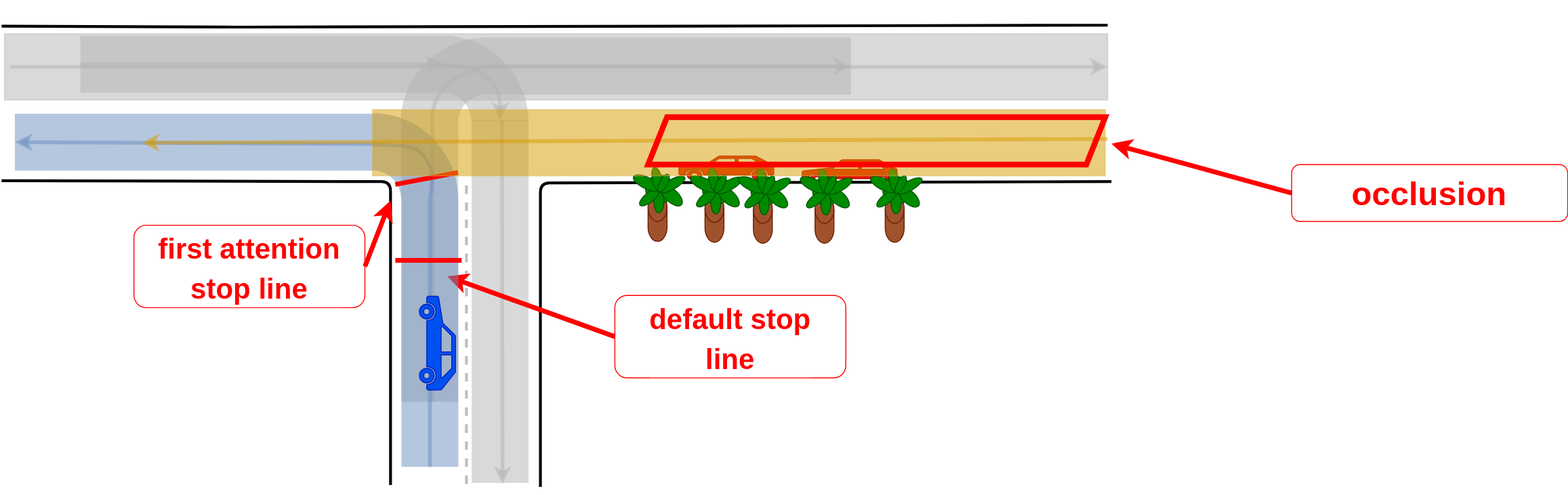
This is main/planning/behavior_velocity_intersection_module/docs/occlusion-without-tl.drawio.svg from ralwing/autoware.universe, a draw.io export, as it was before one commit. Source tidied: cells renumbered, new cells last; positions are measured from the earlier drawing's top-left corner, leaving out a move shared by most shapes.
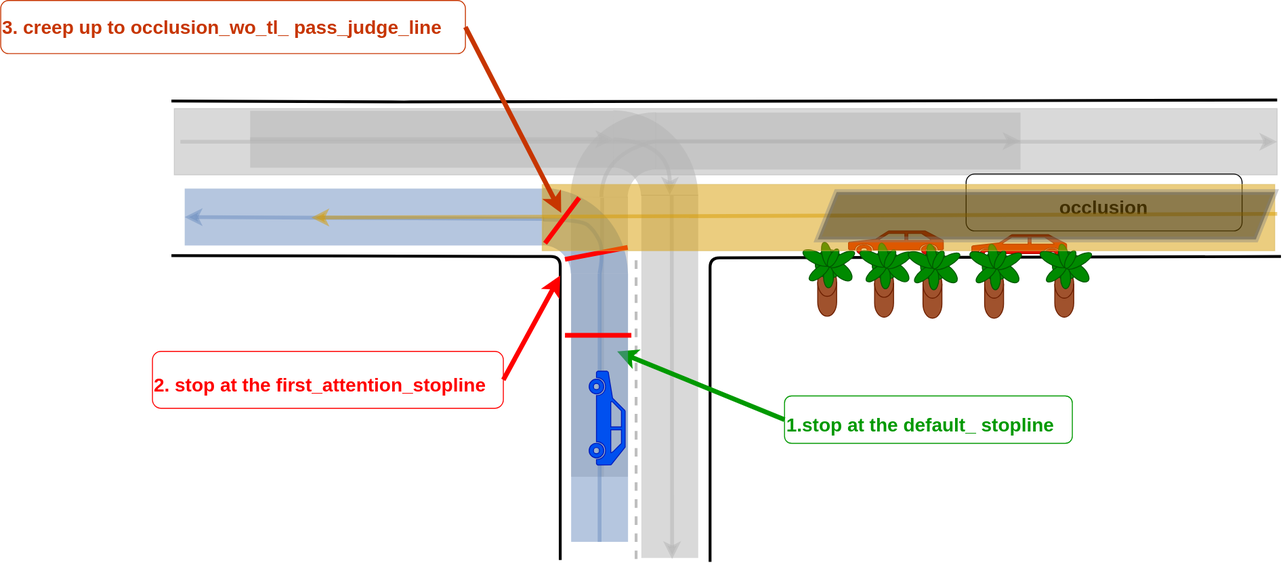
After the change.

Diff of the diagram source:
```diff
@@ -106,22 +106,17 @@
     <mxCell id="24" style="shape=mxgraph.signs.transportation.car_3;html=1;fillColor=#e51400;strokeColor=#B20000;verticalLabelPosition=bottom;verticalAlign=top;align=center;fontColor=#ffffff;" parent="23" vertex="1">
       <mxGeometry x="254" y="86" width="100" height="25" as="geometry" />
     </mxCell>
-    <mxCell id="25" value="&lt;b style=&quot;font-size: 30px;&quot;&gt;&lt;font style=&quot;font-size: 30px;&quot;&gt;&lt;font color=&quot;#ff0000&quot;&gt;default stop&lt;br&gt;line&lt;/font&gt;&lt;br&gt;&lt;/font&gt;&lt;/b&gt;" style="rounded=1;whiteSpace=wrap;html=1;labelBackgroundColor=#FFFFFF;strokeColor=#FF0000;fontSize=35;fontColor=#D79B00;fillColor=none;" parent="23" vertex="1">
-      <mxGeometry x="186.5" y="233" width="243.5" height="87" as="geometry" />
+    <mxCell id="25" value="&lt;b style=&quot;font-size: 30px;&quot;&gt;&lt;font style=&quot;font-size: 20px;&quot;&gt;&lt;font style=&quot;font-size: 20px;&quot; color=&quot;#009900&quot;&gt;1.stop at the default_&lt;/font&gt;&lt;/font&gt;&lt;/b&gt;&lt;b style=&quot;font-size: 20px;&quot;&gt;&lt;font color=&quot;#009900&quot;&gt;stopline&lt;/font&gt;&lt;/b&gt;&lt;b style=&quot;font-size: 30px;&quot;&gt;&lt;font style=&quot;font-size: 20px;&quot;&gt;&lt;font style=&quot;font-size: 20px;&quot; color=&quot;#009900&quot;&gt;&lt;br&gt;&lt;/font&gt;&lt;/font&gt;&lt;/b&gt;" style="rounded=1;whiteSpace=wrap;html=1;labelBackgroundColor=#FFFFFF;strokeColor=#009900;fontSize=35;fontColor=#D79B00;fillColor=none;align=left;" parent="23" vertex="1">
+      <mxGeometry x="186.5" y="260" width="303.5" height="50" as="geometry" />
     </mxCell>
-    <mxCell id="26" style="endArrow=classic;html=1;rounded=0;strokeColor=#FF0000;fontSize=35;fontColor=#3333FF;exitX=0;exitY=0.5;exitDx=0;exitDy=0;strokeWidth=5;" parent="1" edge="1" source="25">
+    <mxCell id="26" style="endArrow=classic;html=1;rounded=0;strokeColor=#009900;fontSize=35;fontColor=#3333FF;exitX=0;exitY=0.5;exitDx=0;exitDy=0;strokeWidth=5;" parent="1" edge="1" source="25">
       <mxGeometry relative="1" as="geometry">
         <mxPoint x="470" y="291" as="targetPoint" />
       </mxGeometry>
     </mxCell>
-    <mxCell id="27" value="&lt;b style=&quot;&quot;&gt;&lt;font color=&quot;#ff0000&quot;&gt;occlusion&lt;/font&gt;&lt;/b&gt;" style="rounded=1;whiteSpace=wrap;html=1;labelBackgroundColor=#FFFFFF;strokeColor=#FF0000;fontSize=35;fontColor=#D79B00;fillColor=none;" parent="1" vertex="1">
-      <mxGeometry x="1360" y="173" width="291" height="60" as="geometry" />
+    <mxCell id="27" value="&lt;b style=&quot;&quot;&gt;&lt;font style=&quot;font-size: 20px;&quot; color=&quot;#000000&quot;&gt;occlusion&lt;/font&gt;&lt;/b&gt;" style="rounded=1;whiteSpace=wrap;html=1;labelBackgroundColor=#FFFFFF;strokeColor=#000000;fontSize=35;fontColor=#D79B00;fillColor=none;" parent="1" vertex="1">
+      <mxGeometry x="838" y="104" width="291" height="60" as="geometry" />
     </mxCell>
-    <mxCell id="28" style="endArrow=classic;html=1;rounded=0;strokeColor=#FF0000;fontSize=35;fontColor=#3333FF;exitX=0;exitY=0.5;exitDx=0;exitDy=0;strokeWidth=5;" parent="1" edge="1" source="27">
-      <mxGeometry relative="1" as="geometry">
-        <mxPoint x="1170" y="151" as="targetPoint" />
-      </mxGeometry>
-    </mxCell>
     <mxCell id="29" style="group;" parent="1" vertex="1">
       <mxGeometry x="14" y="82" width="504.2" height="409.9" as="geometry" />
     </mxCell>
@@ -192,8 +187,8 @@
     <mxCell id="48" style="verticalLabelPosition=bottom;html=1;verticalAlign=top;align=center;shape=mxgraph.floorplan.plant;fillColor=#008a00;fontColor=#ffffff;strokeColor=#005700;" parent="1" vertex="1">
       <mxGeometry x="918" y="175" width="47" height="50" as="geometry" />
     </mxCell>
-    <mxCell id="49" value="&lt;b style=&quot;font-size: 30px;&quot;&gt;&lt;font style=&quot;font-size: 30px;&quot;&gt;&lt;font color=&quot;#ff0000&quot;&gt;first attention&lt;br&gt;stop line&lt;/font&gt;&lt;br&gt;&lt;/font&gt;&lt;/b&gt;" style="rounded=1;whiteSpace=wrap;html=1;labelBackgroundColor=#FFFFFF;strokeColor=#FF0000;fontSize=35;fontColor=#D79B00;fillColor=none;" parent="1" vertex="1">
-      <mxGeometry x="139.5" y="237" width="243.5" height="87" as="geometry" />
+    <mxCell id="49" value="&lt;div style=&quot;&quot;&gt;&lt;b style=&quot;&quot;&gt;&lt;font style=&quot;font-size: 20px;&quot; color=&quot;#ff0000&quot;&gt;2. stop at the first_attention_stopline&lt;/font&gt;&lt;/b&gt;&lt;/div&gt;" style="rounded=1;whiteSpace=wrap;html=1;labelBackgroundColor=#FFFFFF;strokeColor=#FF0000;fontSize=35;fontColor=#D79B00;fillColor=none;align=left;" parent="1" vertex="1">
+      <mxGeometry x="-20" y="291" width="370" height="60" as="geometry" />
     </mxCell>
     <mxCell id="50" style="endArrow=classic;html=1;rounded=0;strokeColor=#FF0000;fontSize=35;fontColor=#3333FF;exitX=1;exitY=0.5;exitDx=0;exitDy=0;strokeWidth=5;" parent="1" edge="1" source="49">
       <mxGeometry relative="1" as="geometry">
@@ -214,8 +209,22 @@
         <mxPoint x="-243.4" y="35" as="targetPoint" />
       </mxGeometry>
     </mxCell>
-    <mxCell id="54" style="shape=parallelogram;perimeter=parallelogramPerimeter;whiteSpace=wrap;html=1;fixedSize=1;strokeColor=#FF0000;strokeWidth=6;fillColor=none;" parent="52" vertex="1">
+    <mxCell id="54" style="shape=parallelogram;perimeter=parallelogramPerimeter;whiteSpace=wrap;html=1;fixedSize=1;strokeColor=#808080;strokeWidth=6;fillColor=#000000;gradientColor=none;opacity=40;" parent="52" vertex="1">
       <mxGeometry x="290.5" y="8" width="482" height="50" as="geometry" />
     </mxCell>
+    <mxCell id="55" style="endArrow=none;html=1;rounded=0;strokeColor=#FF0000;fontSize=30;fontColor=#FF0000;strokeWidth=5;" parent="1" edge="1">
+      <mxGeometry relative="1" as="geometry">
+        <mxPoint x="394" y="177" as="sourcePoint" />
+        <mxPoint x="430" y="129" as="targetPoint" />
+      </mxGeometry>
+    </mxCell>
+    <mxCell id="56" value="&lt;div style=&quot;font-size: 20px;&quot;&gt;&lt;b style=&quot;&quot;&gt;&lt;font style=&quot;font-size: 20px;&quot; color=&quot;#c73500&quot;&gt;3. creep up to occlusion_wo_tl_&lt;/font&gt;&lt;/b&gt;&lt;b&gt;&lt;font color=&quot;#c73500&quot;&gt;pass_judge_line&lt;/font&gt;&lt;/b&gt;&lt;/div&gt;" style="rounded=1;whiteSpace=wrap;html=1;labelBackgroundColor=#FFFFFF;strokeColor=#C73500;fontSize=35;fontColor=#D79B00;fillColor=none;align=left;" parent="1" vertex="1">
+      <mxGeometry x="-180" y="-79" width="490" height="56" as="geometry" />
+    </mxCell>
+    <mxCell id="57" style="endArrow=classic;html=1;rounded=0;strokeColor=#C73500;fontSize=35;fontColor=#3333FF;exitX=1;exitY=0.5;exitDx=0;exitDy=0;strokeWidth=5;" parent="1" edge="1" source="56">
+      <mxGeometry relative="1" as="geometry">
+        <mxPoint x="411" y="145" as="targetPoint" />
+      </mxGeometry>
+    </mxCell>
   </root>
 </mxGraphModel>
```
